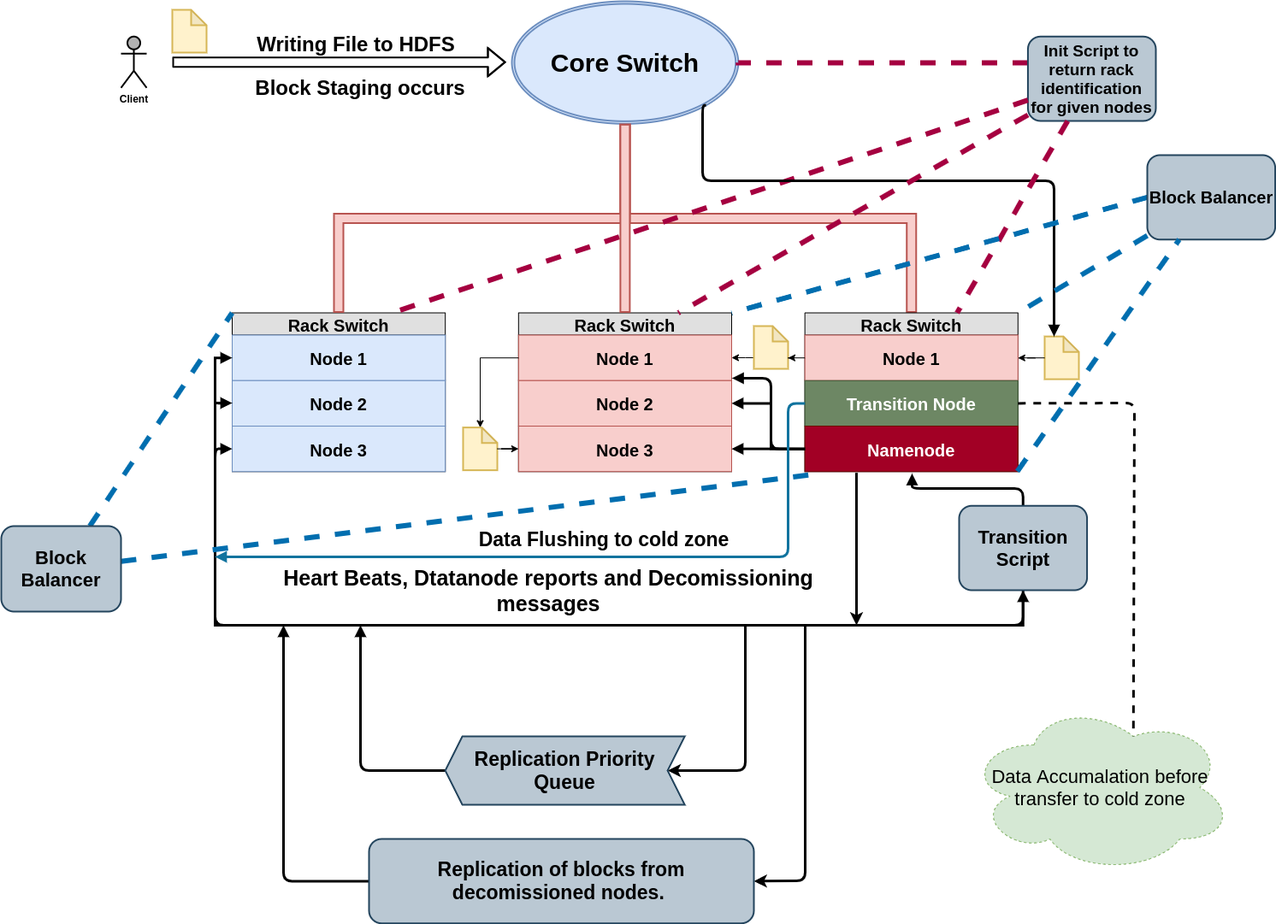
Earlier version of the draw.io export Images/IEEEpresentation/Frequent.png (Gituser143/HDFS-Sim). Source tidied: cells renumbered, new cells last; positions are measured from the earlier drawing's top-left corner, leaving out a move shared by most shapes.
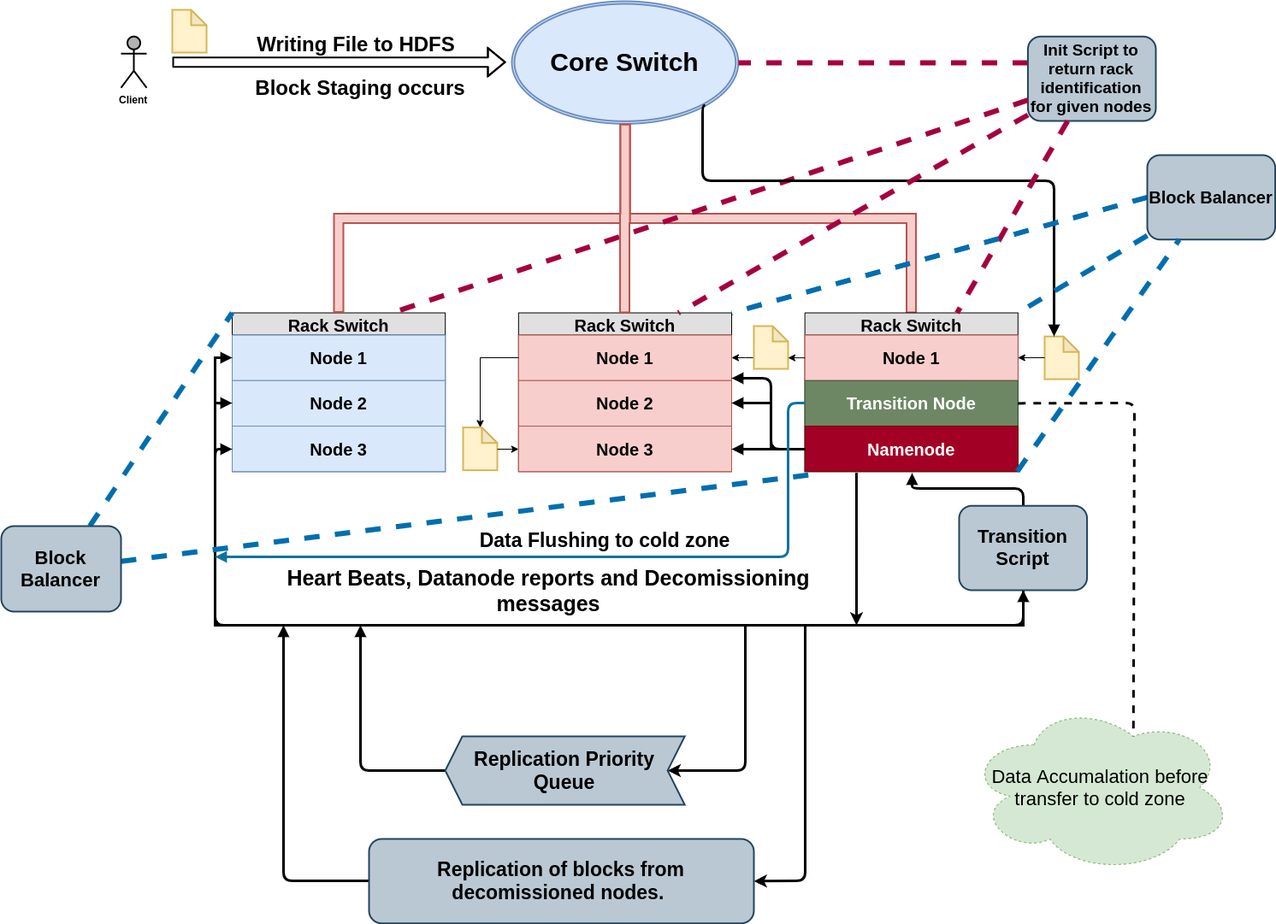
After the change.

Commit message:
Updated IEE PPT images

The edit, as a diff of the source:
```diff
@@ -272,7 +272,7 @@
     <mxCell id="63" value="&lt;font style=&quot;font-size: 23px&quot;&gt;Data Flushing to cold zone&lt;/font&gt;" style="text;html=1;strokeColor=none;fillColor=none;align=center;verticalAlign=middle;whiteSpace=wrap;rounded=0;fontSize=13;fontStyle=1;" parent="1" vertex="1">
       <mxGeometry x="500" y="620.2" width="410" height="20" as="geometry" />
     </mxCell>
-    <mxCell id="64" value="&lt;font style=&quot;font-size: 25px&quot;&gt;Heart Beats, Dtatanode reports and Decomissioning messages&lt;/font&gt;" style="text;html=1;strokeColor=none;fillColor=none;align=center;verticalAlign=middle;whiteSpace=wrap;rounded=0;fontSize=13;fontStyle=1;" parent="1" vertex="1">
+    <mxCell id="64" value="&lt;font style=&quot;font-size: 25px&quot;&gt;Heart Beats, Datanode reports and Decomissioning messages&lt;/font&gt;" style="text;html=1;strokeColor=none;fillColor=none;align=center;verticalAlign=middle;whiteSpace=wrap;rounded=0;fontSize=13;fontStyle=1;" parent="1" vertex="1">
       <mxGeometry x="299.8" y="659" width="680" height="60" as="geometry" />
     </mxCell>
     <mxCell id="65" value="&lt;font style=&quot;font-size: 24px&quot;&gt;Writing File to HDFS&lt;/font&gt;" style="text;html=1;strokeColor=none;fillColor=none;align=center;verticalAlign=middle;whiteSpace=wrap;rounded=0;fontStyle=1;strokeWidth=1;" parent="1" vertex="1">
```
